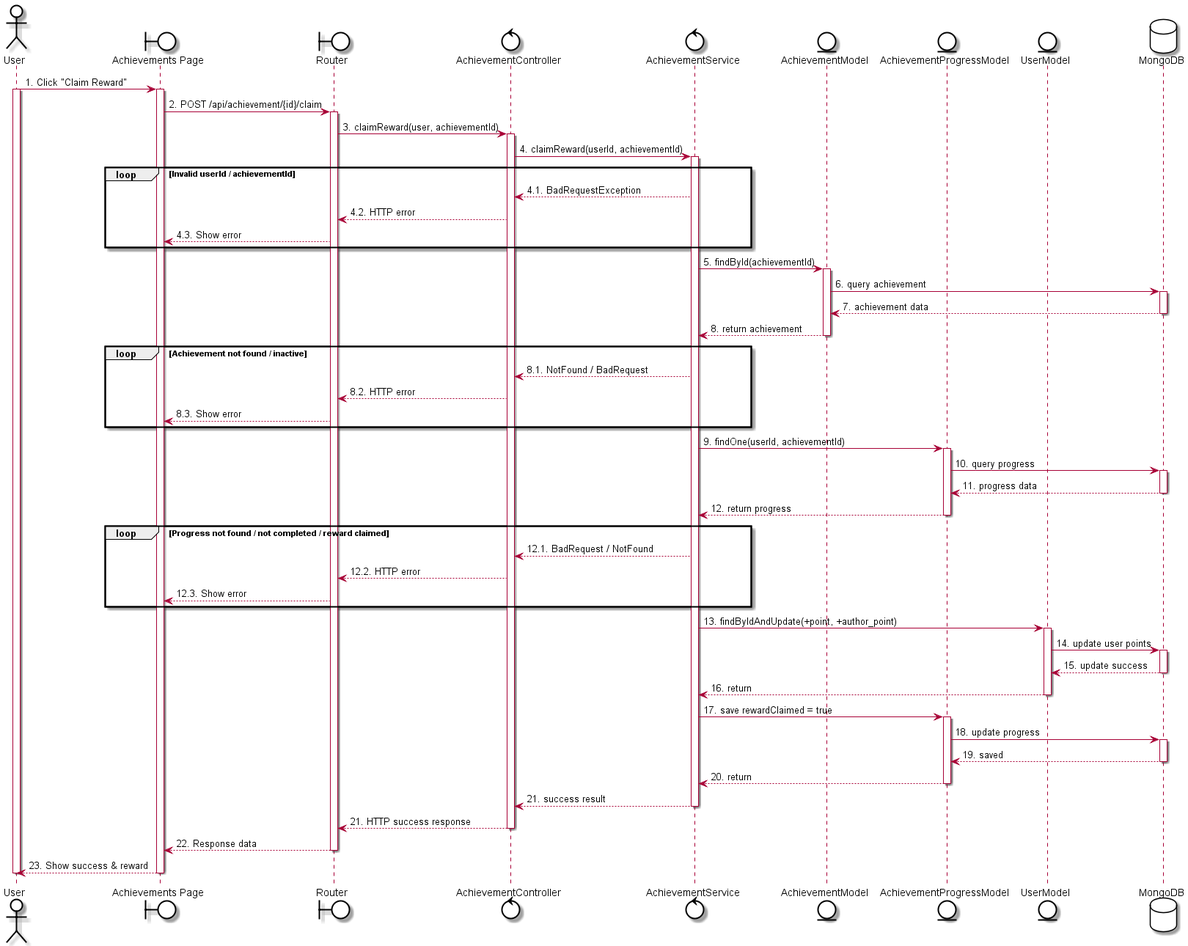
This is out/uc14 - Claim achievement/uc14 - Claim achievement.png from LGK1412/sequence_sep490_01, a PlantUML export, as it was before one commit.
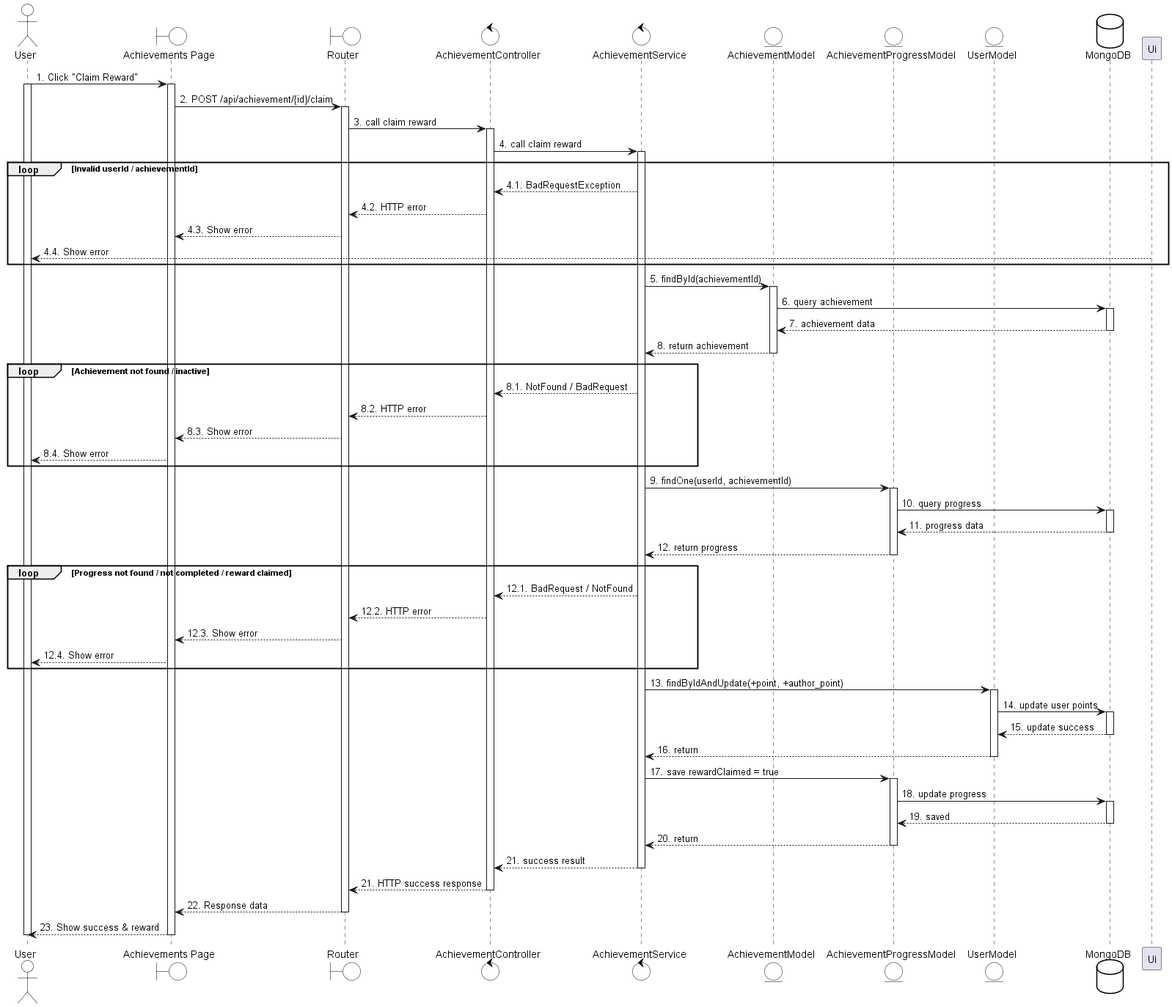
Later version of the same file.

Diff of the diagram source:
```diff
@@ -29,16 +29,17 @@
 UI -> Router: 2. POST /api/achievement/{id}/claim
 activate Router
 
-Router -> AchievementController: 3. claimReward(user, achievementId)
+Router -> AchievementController: 3. call claim reward
 activate AchievementController
 
-AchievementController -> AchievementService: 4. claimReward(userId, achievementId)
+AchievementController -> AchievementService: 4. call claim reward
 activate AchievementService
 
 loop Invalid userId / achievementId
   AchievementService --> AchievementController: 4.1. BadRequestException
   AchievementController --> Router: 4.2. HTTP error
   Router --> UI: 4.3. Show error
+  Ui --> User: 4.4. Show error
 end
 
 AchievementService -> AchievementModel: 5. findById(achievementId)
@@ -54,6 +55,7 @@
   AchievementService --> AchievementController: 8.1. NotFound / BadRequest
   AchievementController --> Router: 8.2. HTTP error
   Router --> UI: 8.3. Show error
+  UI --> User: 8.4. Show error
 end
 
 AchievementService -> AchievementProgressModel: 9. findOne(userId, achievementId)
@@ -69,6 +71,7 @@
   AchievementService --> AchievementController: 12.1. BadRequest / NotFound
   AchievementController --> Router: 12.2. HTTP error
   Router --> UI: 12.3. Show error
+  UI --> User: 12.4. Show error
 end
 
 AchievementService -> UserModel: 13. findByIdAndUpdate(+point, +author_point)
```
